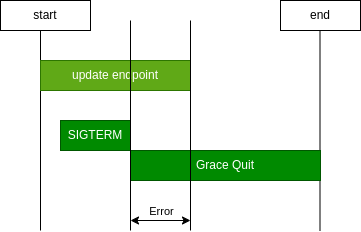
Above: images/non_preStop.drawio.png in shifengbin/shifengbin.github.io (draw.io), before the change. Source tidied: cells renumbered, new cells last; positions are measured from the earlier drawing's top-left corner, leaving out a move shared by most shapes.
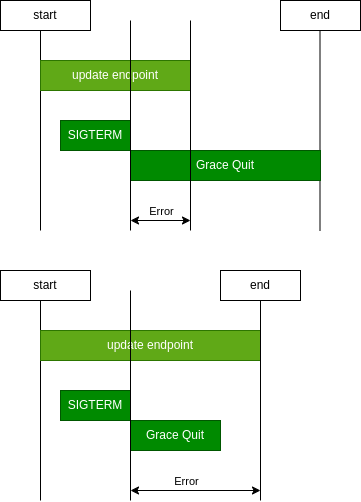
The same diagram one commit later.

What changed in the source:
```diff
@@ -52,5 +52,49 @@
         <mxPoint x="9" y="-7" as="offset" />
       </mxGeometry>
     </mxCell>
+    <mxCell id="13" style="endArrow=none;html=1;rounded=0;" parent="1" edge="1">
+      <mxGeometry relative="1" as="geometry">
+        <mxPoint x="40" y="500" as="sourcePoint" />
+        <mxPoint x="40" y="300" as="targetPoint" />
+      </mxGeometry>
+    </mxCell>
+    <mxCell id="14" value="update endpoint" style="rounded=0;whiteSpace=wrap;html=1;fillColor=#60a917;fontColor=#ffffff;strokeColor=#2D7600;" parent="1" vertex="1">
+      <mxGeometry x="40" y="330" width="220" height="30" as="geometry" />
+    </mxCell>
+    <mxCell id="15" value="SIGTERM" style="rounded=0;whiteSpace=wrap;html=1;fillColor=#008a00;fontColor=#ffffff;strokeColor=#005700;" parent="1" vertex="1">
+      <mxGeometry x="60" y="390" width="70" height="30" as="geometry" />
+    </mxCell>
+    <mxCell id="16" value="start" style="rounded=0;whiteSpace=wrap;html=1;" parent="1" vertex="1">
+      <mxGeometry y="270" width="90" height="30" as="geometry" />
+    </mxCell>
+    <mxCell id="17" style="endArrow=none;html=1;rounded=0;" parent="1" edge="1">
+      <mxGeometry relative="1" as="geometry">
+        <mxPoint x="260" y="500" as="sourcePoint" />
+        <mxPoint x="260" y="300" as="targetPoint" />
+      </mxGeometry>
+    </mxCell>
+    <mxCell id="18" value="end" style="rounded=0;whiteSpace=wrap;html=1;" parent="1" vertex="1">
+      <mxGeometry x="220" y="270" width="80" height="30" as="geometry" />
+    </mxCell>
+    <mxCell id="19" value="Grace Quit" style="rounded=0;whiteSpace=wrap;html=1;fillColor=#008a00;fontColor=#ffffff;strokeColor=#005700;" parent="1" vertex="1">
+      <mxGeometry x="130" y="420" width="90" height="30" as="geometry" />
+    </mxCell>
+    <mxCell id="20" style="endArrow=none;html=1;rounded=0;" parent="1" edge="1">
+      <mxGeometry relative="1" as="geometry">
+        <mxPoint x="130" y="500" as="sourcePoint" />
+        <mxPoint x="130" y="290" as="targetPoint" />
+      </mxGeometry>
+    </mxCell>
+    <mxCell id="21" style="endArrow=classic;startArrow=classic;html=1;rounded=0;" parent="1" edge="1">
+      <mxGeometry relative="1" as="geometry">
+        <mxPoint x="130" y="490" as="sourcePoint" />
+        <mxPoint x="260" y="490" as="targetPoint" />
+      </mxGeometry>
+    </mxCell>
+    <mxCell id="22" value="Error" style="edgeLabel;html=1;align=center;verticalAlign=middle;" parent="21" vertex="1">
+      <mxGeometry x="-0.3" y="3" relative="1" as="geometry">
+        <mxPoint x="9" y="-7" as="offset" />
+      </mxGeometry>
+    </mxCell>
   </root>
 </mxGraphModel>
```
